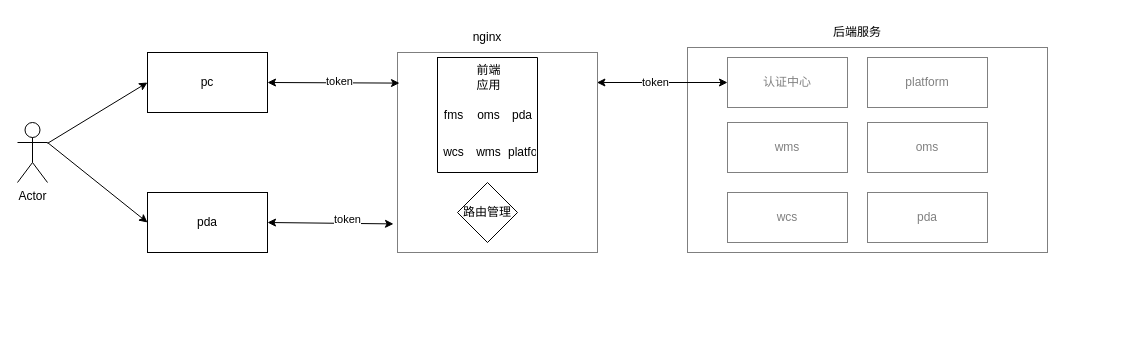
chenjunx/designpattern keeps this draw.io diagram as 未命名绘图.drawio. Above is the earlier version. Source tidied: cells renumbered, new cells numbered last; positions are measured from the earlier drawing's top-left corner, leaving out a move shared by most shapes. Both pictures are drawn from the tidied source at 100%, with x=0, y=0 at pixel (17, 17).
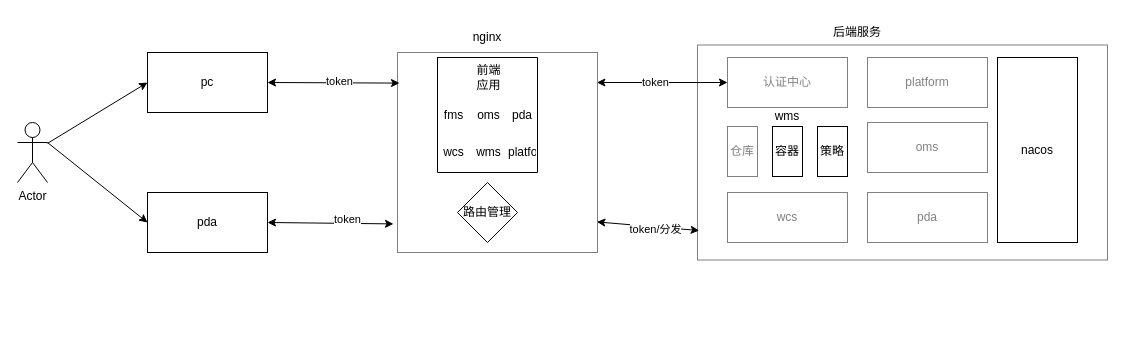
Above is the later version.

Commit message:
更新未命名绘图.drawio

The change refers to these unchanged cells:
```xml
<mxCell id="5" style="whiteSpace=wrap;html=1;textOpacity=0;opacity=50;" parent="1" vertex="1">
  <mxGeometry x="380" y="35" width="200" height="200" as="geometry" />
</mxCell>
```

The edit, as a diff of the source:
```diff
@@
-    <mxCell id="23" value="wms" style="rounded=0;whiteSpace=wrap;html=1;" parent="1" vertex="1">
-      <mxGeometry x="710" y="105" width="120" height="50" as="geometry" />
+    <mxCell id="23" value="仓库" style="rounded=0;whiteSpace=wrap;html=1;" parent="1" vertex="1">
+      <mxGeometry x="710" y="109" width="30" height="50" as="geometry" />
     </mxCell>
@@
     <mxCell id="35" style="rounded=0;whiteSpace=wrap;html=1;opacity=50;" parent="1" vertex="1">
-      <mxGeometry x="670" y="30" width="360" height="205" as="geometry" />
+      <mxGeometry x="680" y="27.5" width="410" height="215" as="geometry" />
     </mxCell>
@@
+    <mxCell id="38" style="endArrow=classic;startArrow=classic;html=1;rounded=0;entryX=0.004;entryY=0.863;entryDx=0;entryDy=0;entryPerimeter=0;exitX=0.997;exitY=0.847;exitDx=0;exitDy=0;exitPerimeter=0;" parent="1" edge="1" source="5" target="35">
+      <mxGeometry relative="1" as="geometry" />
+    </mxCell>
+    <mxCell id="39" value="token/分发" style="edgeLabel;html=1;align=center;verticalAlign=middle;" parent="38" vertex="1">
+      <mxGeometry x="0.13" y="-2" relative="1" as="geometry" />
+    </mxCell>
+    <mxCell id="40" value="容器" style="rounded=0;whiteSpace=wrap;html=1;" parent="1" vertex="1">
+      <mxGeometry x="755" y="109" width="30" height="50" as="geometry" />
+    </mxCell>
+    <mxCell id="41" value="策略" style="rounded=0;whiteSpace=wrap;html=1;" parent="1" vertex="1">
+      <mxGeometry x="800" y="109" width="30" height="50" as="geometry" />
+    </mxCell>
+    <mxCell id="42" value="wms" style="text;html=1;strokeColor=none;fillColor=none;align=center;verticalAlign=middle;whiteSpace=wrap;rounded=0;" parent="1" vertex="1">
+      <mxGeometry x="740" y="83.5" width="60" height="30" as="geometry" />
+    </mxCell>
+    <mxCell id="43" value="nacos" style="rounded=0;whiteSpace=wrap;html=1;" parent="1" vertex="1">
+      <mxGeometry x="980" y="40" width="80" height="185" as="geometry" />
+    </mxCell>
```
